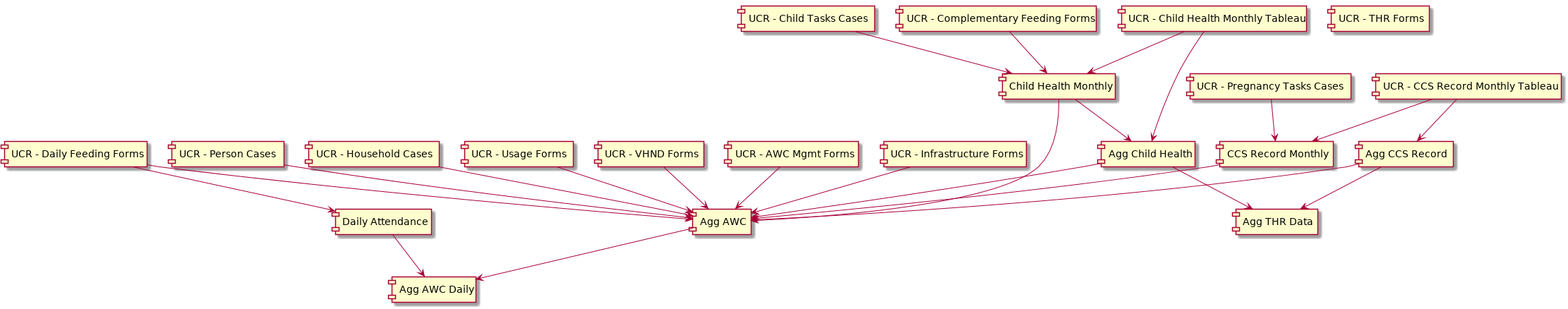
dimagi/commcare-hq keeps this PlantUML diagram as custom/icds_reports/docs/current_state_aggregation.png. Above is the earlier version.
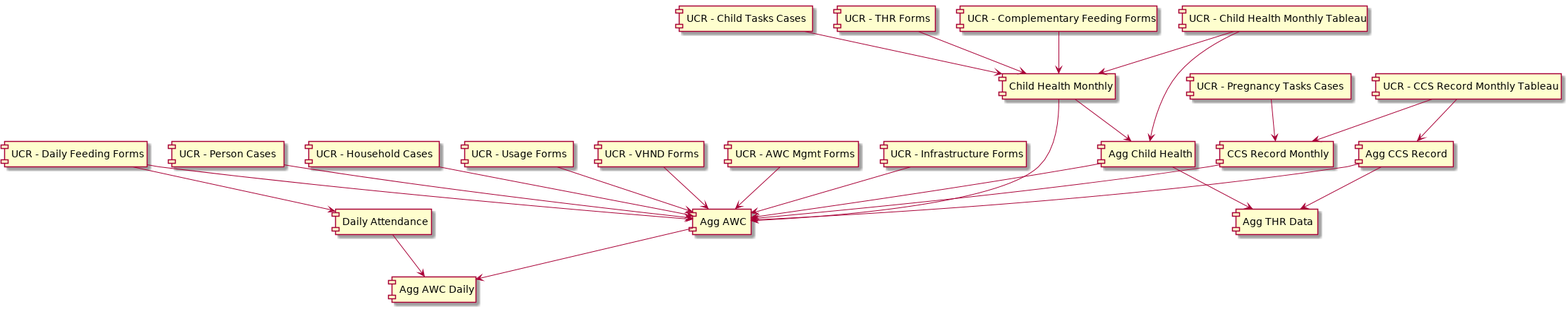
The same diagram one commit later.

Commit message:
Update docs to current status

Diff of the diagram source:
```diff
@@ -24,6 +24,7 @@
 
 [UCR - Complementary Feeding Forms] --> [Child Health Monthly]
 [UCR - Child Health Monthly Tableau] --> [Child Health Monthly]
+[UCR - THR Forms] --> [Child Health Monthly]
 [UCR - Child Tasks Cases] --> [Child Health Monthly]
 [UCR - CCS Record Monthly Tableau] --> [CCS Record Monthly]
 [UCR - Pregnancy Tasks Cases] --> [CCS Record Monthly]
```
